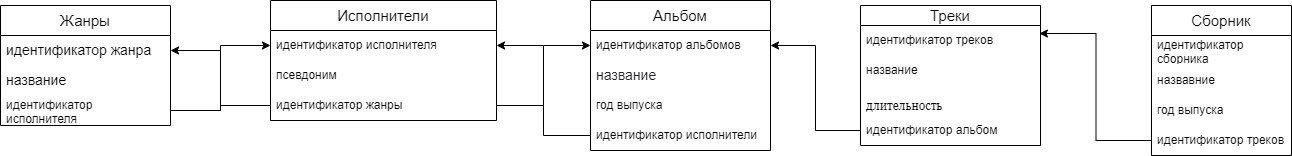
The draw.io diagram music store.drawio.png in arrakurt/dz-oop, before a commit. Source tidied: cells renumbered, new cells last; positions are measured from the earlier drawing's top-left corner, leaving out a move shared by most shapes.
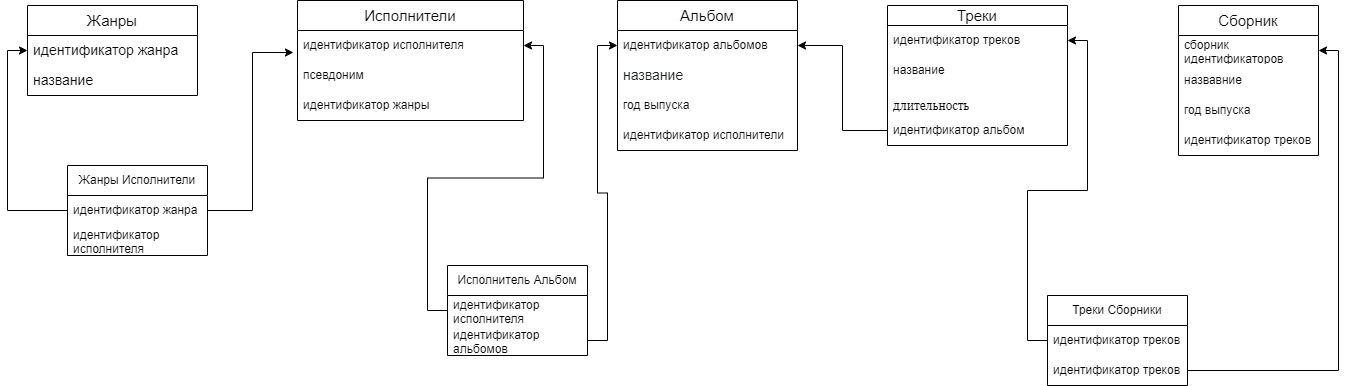
After the change.

Change to the diagram source:
```diff
@@ -3,7 +3,7 @@
     <mxCell id="0" />
     <mxCell id="1" parent="0" />
     <mxCell id="2" value="&lt;font style=&quot;vertical-align: inherit; font-size: 15px;&quot;&gt;Жанры&lt;/font&gt;" style="swimlane;fontStyle=0;horizontal=1;startSize=30;whiteSpace=wrap;html=1;" parent="1" vertex="1">
-      <mxGeometry y="5" width="170" height="120" as="geometry" />
+      <mxGeometry y="5" width="170" height="90" as="geometry" />
     </mxCell>
     <mxCell id="3" value="&lt;span style=&quot;font-size: 14px;&quot;&gt;идентификатор жанра&lt;/span&gt;" style="text;strokeColor=none;fillColor=none;align=left;verticalAlign=middle;spacingLeft=4;spacingRight=4;overflow=hidden;points=[[0,0.5],[1,0.5]];portConstraint=eastwest;whiteSpace=wrap;html=1;" parent="2" vertex="1">
       <mxGeometry y="30" width="170" height="30" as="geometry" />
@@ -11,9 +11,6 @@
     <mxCell id="4" value="&lt;font style=&quot;vertical-align: inherit; font-size: 14px;&quot;&gt;название&lt;/font&gt;" style="text;strokeColor=none;fillColor=none;align=left;verticalAlign=middle;spacingLeft=4;spacingRight=4;overflow=hidden;whiteSpace=wrap;html=1;" parent="2" vertex="1">
       <mxGeometry y="60" width="170" height="30" as="geometry" />
     </mxCell>
-    <mxCell id="5" value="идентификатор исполнителя" style="text;strokeColor=none;fillColor=none;align=left;verticalAlign=middle;spacingLeft=4;spacingRight=4;overflow=hidden;points=[[0,0.5],[1,0.5]];portConstraint=eastwest;whiteSpace=wrap;html=1;" parent="2" vertex="1">
-      <mxGeometry y="90" width="170" height="30" as="geometry" />
-    </mxCell>
     <mxCell id="6" value="&lt;font style=&quot;vertical-align: inherit; font-size: 15px;&quot;&gt;Исполнители&lt;/font&gt;" style="swimlane;fontStyle=0;horizontal=1;startSize=30;whiteSpace=wrap;html=1;" parent="1" vertex="1">
       <mxGeometry x="270" width="226" height="120" as="geometry" />
     </mxCell>
@@ -56,22 +53,13 @@
     <mxCell id="19" value="идентификатор альбом" style="text;strokeColor=none;fillColor=none;align=left;verticalAlign=middle;spacingLeft=4;spacingRight=4;overflow=hidden;points=[[0,0.5],[1,0.5]];portConstraint=eastwest;whiteSpace=wrap;html=1;" parent="15" vertex="1">
       <mxGeometry y="110" width="180" height="30" as="geometry" />
     </mxCell>
-    <mxCell id="20" style="edgeStyle=orthogonalEdgeStyle;rounded=0;jettySize=auto;html=1;exitX=0;exitY=0.5;exitDx=0;exitDy=0;entryX=1;entryY=0.5;entryDx=0;entryDy=0;" parent="1" edge="1" source="9" target="3">
-      <mxGeometry relative="1" as="geometry" />
-    </mxCell>
-    <mxCell id="21" style="edgeStyle=orthogonalEdgeStyle;rounded=0;jettySize=auto;html=1;exitX=0;exitY=0.5;exitDx=0;exitDy=0;entryX=1;entryY=0.5;entryDx=0;entryDy=0;" parent="1" edge="1" source="14" target="7">
-      <mxGeometry relative="1" as="geometry" />
-    </mxCell>
     <mxCell id="22" style="edgeStyle=orthogonalEdgeStyle;rounded=0;jettySize=auto;html=1;exitX=0;exitY=0.5;exitDx=0;exitDy=0;entryX=1;entryY=0.5;entryDx=0;entryDy=0;" parent="1" edge="1" source="19" target="11">
       <mxGeometry relative="1" as="geometry" />
     </mxCell>
-    <mxCell id="23" style="edgeStyle=orthogonalEdgeStyle;rounded=0;jettySize=auto;html=1;exitX=1;exitY=0.5;exitDx=0;exitDy=0;entryX=0;entryY=0.5;entryDx=0;entryDy=0;" parent="1" edge="1" source="9" target="11">
-      <mxGeometry relative="1" as="geometry" />
-    </mxCell>
     <mxCell id="24" value="&lt;font style=&quot;vertical-align: inherit; font-size: 15px;&quot;&gt;Сборник&lt;/font&gt;" style="swimlane;fontStyle=0;horizontal=1;startSize=30;whiteSpace=wrap;html=1;" parent="1" vertex="1">
       <mxGeometry x="1151" y="5" width="140" height="150" as="geometry" />
     </mxCell>
-    <mxCell id="25" value="идентификатор сборника" style="text;strokeColor=none;fillColor=none;align=left;verticalAlign=middle;spacingLeft=4;spacingRight=4;overflow=hidden;points=[[0,0.5],[1,0.5]];portConstraint=eastwest;whiteSpace=wrap;html=1;" parent="24" vertex="1">
+    <mxCell id="25" value="сборник идентификаторов" style="text;strokeColor=none;fillColor=none;align=left;verticalAlign=middle;spacingLeft=4;spacingRight=4;overflow=hidden;points=[[0,0.5],[1,0.5]];portConstraint=eastwest;whiteSpace=wrap;html=1;" parent="24" vertex="1">
       <mxGeometry y="30" width="140" height="30" as="geometry" />
     </mxCell>
     <mxCell id="26" value="назвавние" style="text;strokeColor=none;fillColor=none;align=left;verticalAlign=middle;spacingLeft=4;spacingRight=4;overflow=hidden;whiteSpace=wrap;html=1;" parent="24" vertex="1">
@@ -83,11 +71,50 @@
     <mxCell id="28" value="идентификатор треков" style="text;strokeColor=none;fillColor=none;align=left;verticalAlign=middle;spacingLeft=4;spacingRight=4;overflow=hidden;points=[[0,0.5],[1,0.5]];portConstraint=eastwest;whiteSpace=wrap;html=1;" parent="24" vertex="1">
       <mxGeometry y="120" width="140" height="30" as="geometry" />
     </mxCell>
-    <mxCell id="29" style="edgeStyle=orthogonalEdgeStyle;rounded=0;jettySize=auto;html=1;exitX=0;exitY=0.5;exitDx=0;exitDy=0;entryX=0.994;entryY=0.267;entryDx=0;entryDy=0;entryPerimeter=0;" parent="1" edge="1" source="28" target="16">
-      <mxGeometry relative="1" as="geometry" />
-    </mxCell>
-    <mxCell id="30" style="edgeStyle=orthogonalEdgeStyle;rounded=0;jettySize=auto;html=1;exitX=1;exitY=0.5;exitDx=0;exitDy=0;entryX=0;entryY=0.5;entryDx=0;entryDy=0;" parent="1" edge="1" source="5" target="7">
-      <mxGeometry relative="1" as="geometry" />
-    </mxCell>
+    <mxCell id="31" value="Жанры Исполнители" style="swimlane;fontStyle=0;horizontal=1;startSize=30;whiteSpace=wrap;html=1;" parent="1" vertex="1">
+      <mxGeometry x="40" y="165" width="140" height="90" as="geometry" />
+    </mxCell>
+    <mxCell id="32" value="идентификатор жанра" style="text;strokeColor=none;fillColor=none;align=left;verticalAlign=middle;spacingLeft=4;spacingRight=4;overflow=hidden;points=[[0,0.5],[1,0.5]];portConstraint=eastwest;whiteSpace=wrap;html=1;" parent="31" vertex="1">
+      <mxGeometry y="30" width="140" height="30" as="geometry" />
+    </mxCell>
+    <mxCell id="33" value="идентификатор исполнителя" style="text;strokeColor=none;fillColor=none;align=left;verticalAlign=middle;spacingLeft=4;spacingRight=4;overflow=hidden;whiteSpace=wrap;html=1;" parent="31" vertex="1">
+      <mxGeometry y="60" width="140" height="30" as="geometry" />
+    </mxCell>
+    <mxCell id="34" style="edgeStyle=orthogonalEdgeStyle;rounded=0;jettySize=auto;html=1;exitX=0;exitY=0.5;exitDx=0;exitDy=0;entryX=0;entryY=0.5;entryDx=0;entryDy=0;" parent="1" edge="1" source="32" target="3">
+      <mxGeometry relative="1" as="geometry" />
+    </mxCell>
+    <mxCell id="35" style="edgeStyle=orthogonalEdgeStyle;rounded=0;jettySize=auto;html=1;exitX=1;exitY=0.5;exitDx=0;exitDy=0;entryX=-0.018;entryY=0.733;entryDx=0;entryDy=0;entryPerimeter=0;" parent="1" edge="1" source="32" target="7">
+      <mxGeometry relative="1" as="geometry" />
+    </mxCell>
+    <mxCell id="36" value="Исполнитель Альбом" style="swimlane;fontStyle=0;horizontal=1;startSize=30;whiteSpace=wrap;html=1;" parent="1" vertex="1">
+      <mxGeometry x="420" y="265" width="140" height="90" as="geometry" />
+    </mxCell>
+    <mxCell id="37" value="идентификатор исполнителя" style="text;strokeColor=none;fillColor=none;align=left;verticalAlign=middle;spacingLeft=4;spacingRight=4;overflow=hidden;points=[[0,0.5],[1,0.5]];portConstraint=eastwest;whiteSpace=wrap;html=1;" parent="36" vertex="1">
+      <mxGeometry y="30" width="140" height="30" as="geometry" />
+    </mxCell>
+    <mxCell id="38" value="идентификатор альбомов" style="text;strokeColor=none;fillColor=none;align=left;verticalAlign=middle;spacingLeft=4;spacingRight=4;overflow=hidden;points=[[0,0.5],[1,0.5]];portConstraint=eastwest;whiteSpace=wrap;html=1;" parent="36" vertex="1">
+      <mxGeometry y="60" width="140" height="30" as="geometry" />
+    </mxCell>
+    <mxCell id="39" style="edgeStyle=orthogonalEdgeStyle;rounded=0;jettySize=auto;html=1;exitX=0;exitY=0.5;exitDx=0;exitDy=0;entryX=1;entryY=0.5;entryDx=0;entryDy=0;" parent="1" edge="1" source="37" target="7">
+      <mxGeometry relative="1" as="geometry" />
+    </mxCell>
+    <mxCell id="40" style="edgeStyle=orthogonalEdgeStyle;rounded=0;jettySize=auto;html=1;exitX=1;exitY=0.5;exitDx=0;exitDy=0;entryX=0;entryY=0.5;entryDx=0;entryDy=0;" parent="1" edge="1" source="38" target="11">
+      <mxGeometry relative="1" as="geometry" />
+    </mxCell>
+    <mxCell id="41" value="Треки Сборники" style="swimlane;fontStyle=0;horizontal=1;startSize=30;whiteSpace=wrap;html=1;" parent="1" vertex="1">
+      <mxGeometry x="1020" y="295" width="140" height="90" as="geometry" />
+    </mxCell>
+    <mxCell id="42" value="идентификатор треков" style="text;strokeColor=none;fillColor=none;align=left;verticalAlign=middle;spacingLeft=4;spacingRight=4;overflow=hidden;points=[[0,0.5],[1,0.5]];portConstraint=eastwest;whiteSpace=wrap;html=1;" parent="41" vertex="1">
+      <mxGeometry y="30" width="140" height="30" as="geometry" />
+    </mxCell>
+    <mxCell id="43" value="идентификатор треков" style="text;strokeColor=none;fillColor=none;align=left;verticalAlign=middle;spacingLeft=4;spacingRight=4;overflow=hidden;points=[[0,0.5],[1,0.5]];portConstraint=eastwest;whiteSpace=wrap;html=1;" parent="41" vertex="1">
+      <mxGeometry y="60" width="140" height="30" as="geometry" />
+    </mxCell>
+    <mxCell id="44" style="edgeStyle=orthogonalEdgeStyle;rounded=0;jettySize=auto;html=1;exitX=0;exitY=0.5;exitDx=0;exitDy=0;entryX=1;entryY=0.5;entryDx=0;entryDy=0;" parent="1" edge="1" source="42" target="16">
+      <mxGeometry relative="1" as="geometry" />
+    </mxCell>
+    <mxCell id="45" style="edgeStyle=orthogonalEdgeStyle;rounded=0;jettySize=auto;html=1;exitX=1;exitY=0.5;exitDx=0;exitDy=0;entryX=1;entryY=0.5;entryDx=0;entryDy=0;" parent="1" edge="1" source="43" target="25">
+      <mxGeometry relative="1" as="geometry" />
+    </mxCell>
   </root>
 </mxGraphModel>
```
